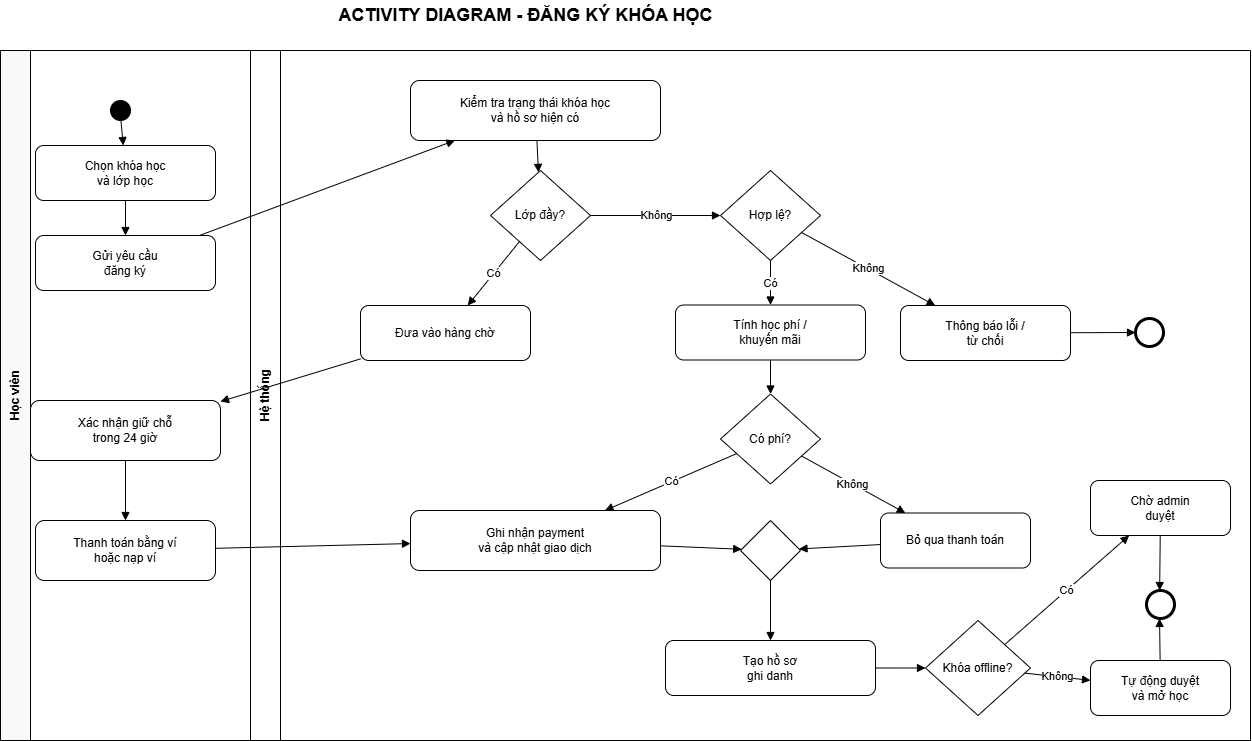
Before: docs/anhuml/02_activity-enrollment.png, a diagram exported from draw.io (DangThanh2204/CongDangKy_KhaiTriEdu_Laravel-). Source tidied: cells renumbered, new cells last; positions are measured from the earlier drawing's top-left corner, leaving out a move shared by most shapes.
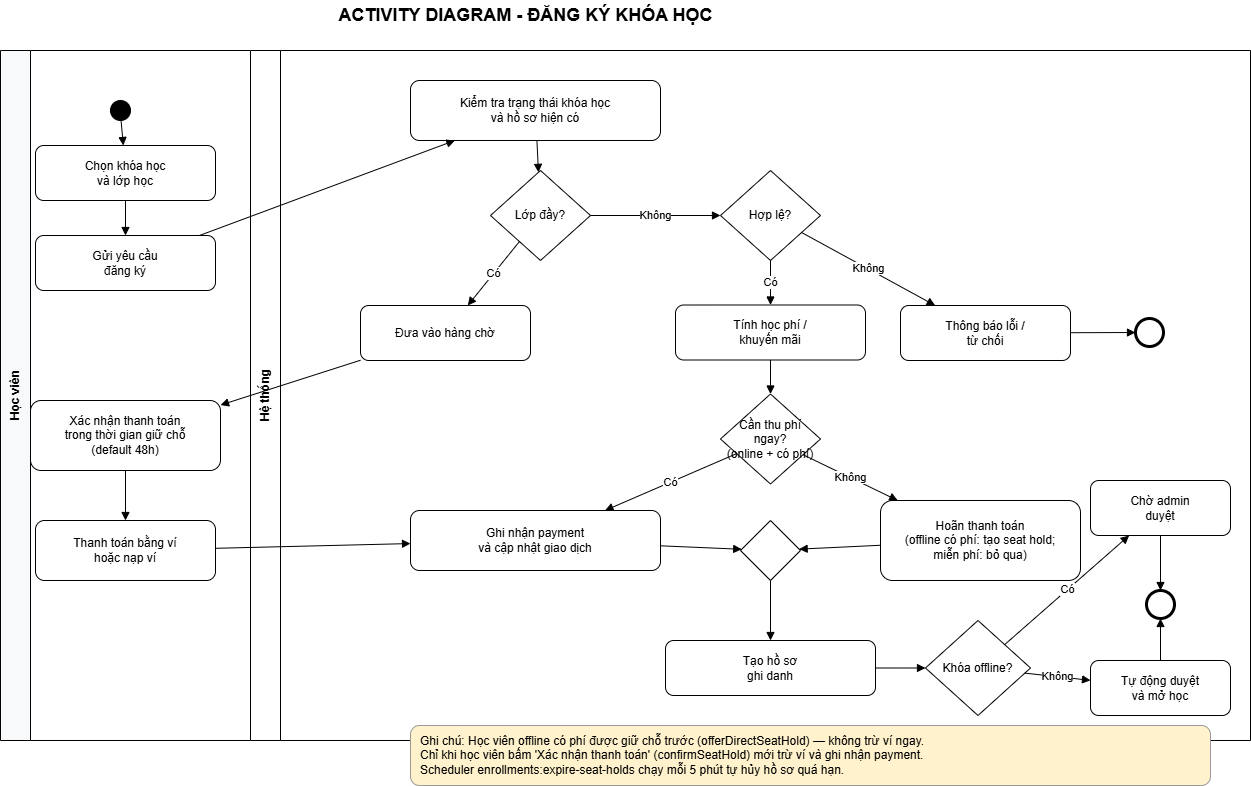
After the commit.

What changed in the source:
```diff
@@ -29,14 +29,14 @@
     <mxCell id="10" value="Tính học phí /&#10;khuyến mãi" style="rounded=1;whiteSpace=wrap;html=1;" parent="4" vertex="1">
       <mxGeometry x="425" y="254.5" width="190" height="55" as="geometry" />
     </mxCell>
-    <mxCell id="11" value="Có phí?" style="rhombus;whiteSpace=wrap;html=1;" parent="4" vertex="1">
+    <mxCell id="11" value="Cần thu phí ngay?&#10;(online + có phí)" style="rhombus;whiteSpace=wrap;html=1;" parent="4" vertex="1">
       <mxGeometry x="470" y="343.5" width="100" height="90" as="geometry" />
     </mxCell>
     <mxCell id="12" value="Ghi nhận payment&#10;và cập nhật giao dịch" style="rounded=1;whiteSpace=wrap;html=1;" parent="4" vertex="1">
       <mxGeometry x="160" y="460" width="250" height="60" as="geometry" />
     </mxCell>
-    <mxCell id="13" value="Bỏ qua thanh toán" style="rounded=1;whiteSpace=wrap;html=1;" parent="4" vertex="1">
-      <mxGeometry x="630" y="462.5" width="150" height="55" as="geometry" />
+    <mxCell id="13" value="Hoãn thanh toán&#10;(offline có phí: tạo seat hold;&#10;miễn phí: bỏ qua)" style="rounded=1;whiteSpace=wrap;html=1;" parent="4" vertex="1">
+      <mxGeometry x="630" y="450" width="200" height="80" as="geometry" />
     </mxCell>
     <mxCell id="14" style="rhombus;whiteSpace=wrap;html=1;" parent="4" vertex="1">
       <mxGeometry x="490" y="470" width="60" height="60" as="geometry" />
@@ -104,6 +104,9 @@
     <mxCell id="35" style="endArrow=block;html=1;" parent="4" edge="1" source="9" target="19">
       <mxGeometry relative="1" as="geometry" />
     </mxCell>
+    <mxCell id="49" value="Ghi chú: Học viên offline có phí được giữ chỗ trước (offerDirectSeatHold) — không trừ ví ngay.&#10;Chỉ khi học viên bấm 'Xác nhận thanh toán' (confirmSeatHold) mới trừ ví và ghi nhận payment.&#10;Scheduler enrollments:expire-seat-holds chạy mỗi 5 phút tự hủy hồ sơ quá hạn." style="text;html=1;strokeColor=#999999;fillColor=#fff2cc;align=left;verticalAlign=middle;whiteSpace=wrap;rounded=1;spacingLeft=8;spacingRight=8;" parent="4" vertex="1">
+      <mxGeometry x="160" y="675" width="800" height="60" as="geometry" />
+    </mxCell>
     <mxCell id="36" value="Tạo hồ sơ&#10;ghi danh" style="rounded=1;whiteSpace=wrap;html=1;" parent="4" vertex="1">
       <mxGeometry x="415" y="590" width="210" height="55" as="geometry" />
     </mxCell>
@@ -122,8 +125,8 @@
     <mxCell id="41" value="Gửi yêu cầu&#10;đăng ký" style="rounded=1;whiteSpace=wrap;html=1;" parent="1" vertex="1">
       <mxGeometry x="35" y="235" width="180" height="55" as="geometry" />
     </mxCell>
-    <mxCell id="42" value="Xác nhận giữ chỗ&#10;trong 24 giờ" style="rounded=1;whiteSpace=wrap;html=1;" parent="1" vertex="1">
-      <mxGeometry x="30" y="400" width="190" height="60" as="geometry" />
+    <mxCell id="42" value="Xác nhận thanh toán&#10;trong thời gian giữ chỗ&#10;(default 48h)" style="rounded=1;whiteSpace=wrap;html=1;" parent="1" vertex="1">
+      <mxGeometry x="30" y="400" width="190" height="70" as="geometry" />
     </mxCell>
     <mxCell id="43" value="Thanh toán bằng ví&#10;hoặc nạp ví" style="rounded=1;whiteSpace=wrap;html=1;" parent="1" vertex="1">
       <mxGeometry x="35" y="520" width="180" height="60" as="geometry" />
```
